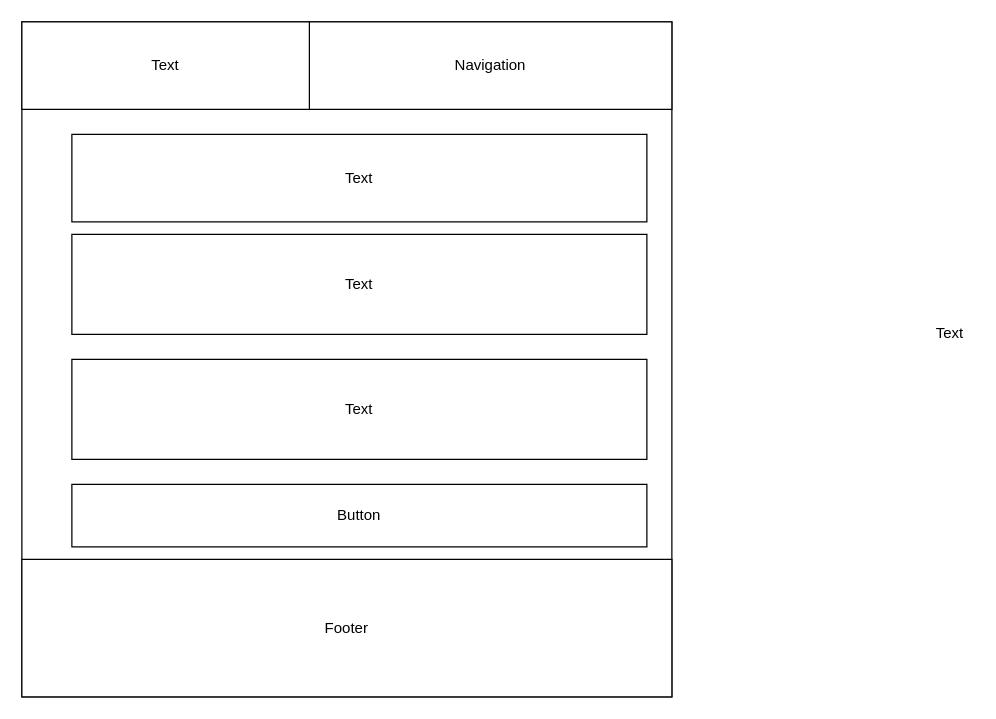
This is documentatie/inlog wireframe.drawio from pentradox/gameplayparty, a draw.io file, before an edit. Source tidied: cells renumbered, new cells numbered last; positions are measured from the earlier drawing's top-left corner, leaving out a move shared by most shapes. Both pictures are drawn from the tidied source at 125%, with x=0, y=0 at pixel (21, 21).
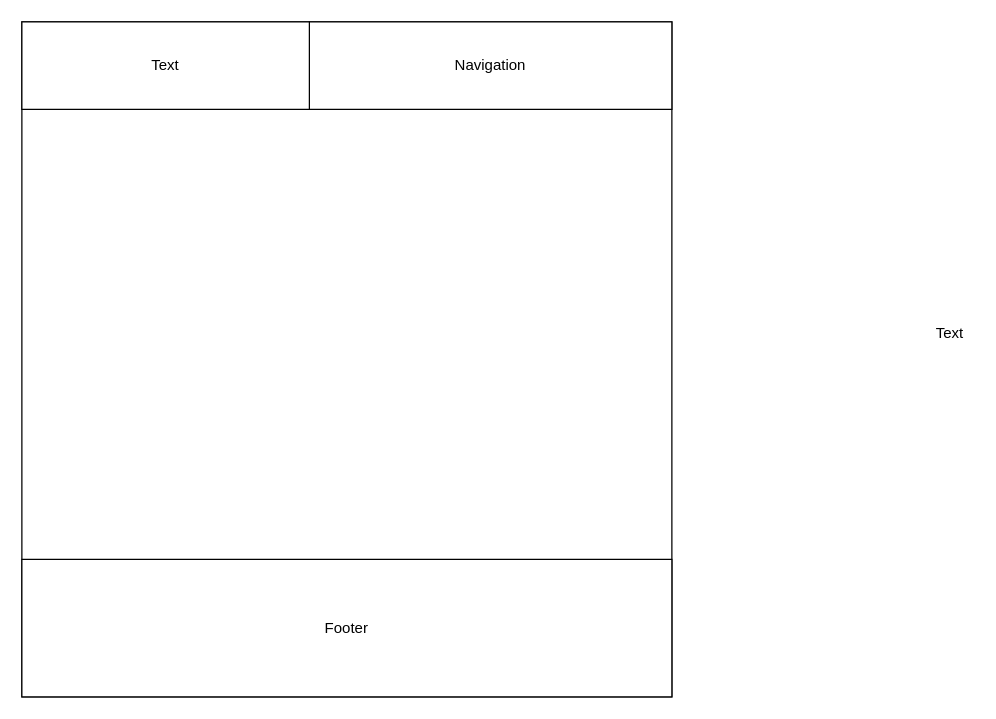
The same page after the edit.

Change to the diagram source:
```diff
@@
 <mxGraphModel>
   <root>
     <mxCell id="0" />
     <mxCell id="1" parent="0" />
     <mxCell id="2" style="rounded=0;whiteSpace=wrap;html=1;" parent="1" vertex="1">
       <mxGeometry width="520" height="540" as="geometry" />
     </mxCell>
     <mxCell id="3" value="Navigation" style="rounded=0;whiteSpace=wrap;html=1;" parent="1" vertex="1">
       <mxGeometry x="230" width="290" height="70" as="geometry" />
     </mxCell>
-    <mxCell id="4" value="Text" style="rounded=0;whiteSpace=wrap;html=1;" parent="1" vertex="1">
-      <mxGeometry x="40" y="90" width="460" height="70" as="geometry" />
-    </mxCell>
     <mxCell id="5" value="Footer" style="rounded=0;whiteSpace=wrap;html=1;" parent="1" vertex="1">
       <mxGeometry y="430" width="520" height="110" as="geometry" />
     </mxCell>
     <mxCell id="6" value="Text" style="rounded=0;whiteSpace=wrap;html=1;" parent="1" vertex="1">
       <mxGeometry width="230" height="70" as="geometry" />
     </mxCell>
-    <mxCell id="7" value="Text" style="rounded=0;whiteSpace=wrap;html=1;" parent="1" vertex="1">
-      <mxGeometry x="40" y="170" width="460" height="80" as="geometry" />
-    </mxCell>
-    <mxCell id="8" value="Text" style="rounded=0;whiteSpace=wrap;html=1;" parent="1" vertex="1">
-      <mxGeometry x="40" y="270" width="460" height="80" as="geometry" />
-    </mxCell>
-    <mxCell id="9" value="Button" style="rounded=0;whiteSpace=wrap;html=1;" parent="1" vertex="1">
-      <mxGeometry x="40" y="370" width="460" height="50" as="geometry" />
-    </mxCell>
     <mxCell id="10" value="Text" style="text;html=1;align=center;verticalAlign=middle;" parent="1" vertex="1">
       <mxGeometry x="722" y="239" width="40" height="20" as="geometry" />
     </mxCell>
   </root>
 </mxGraphModel>
```
